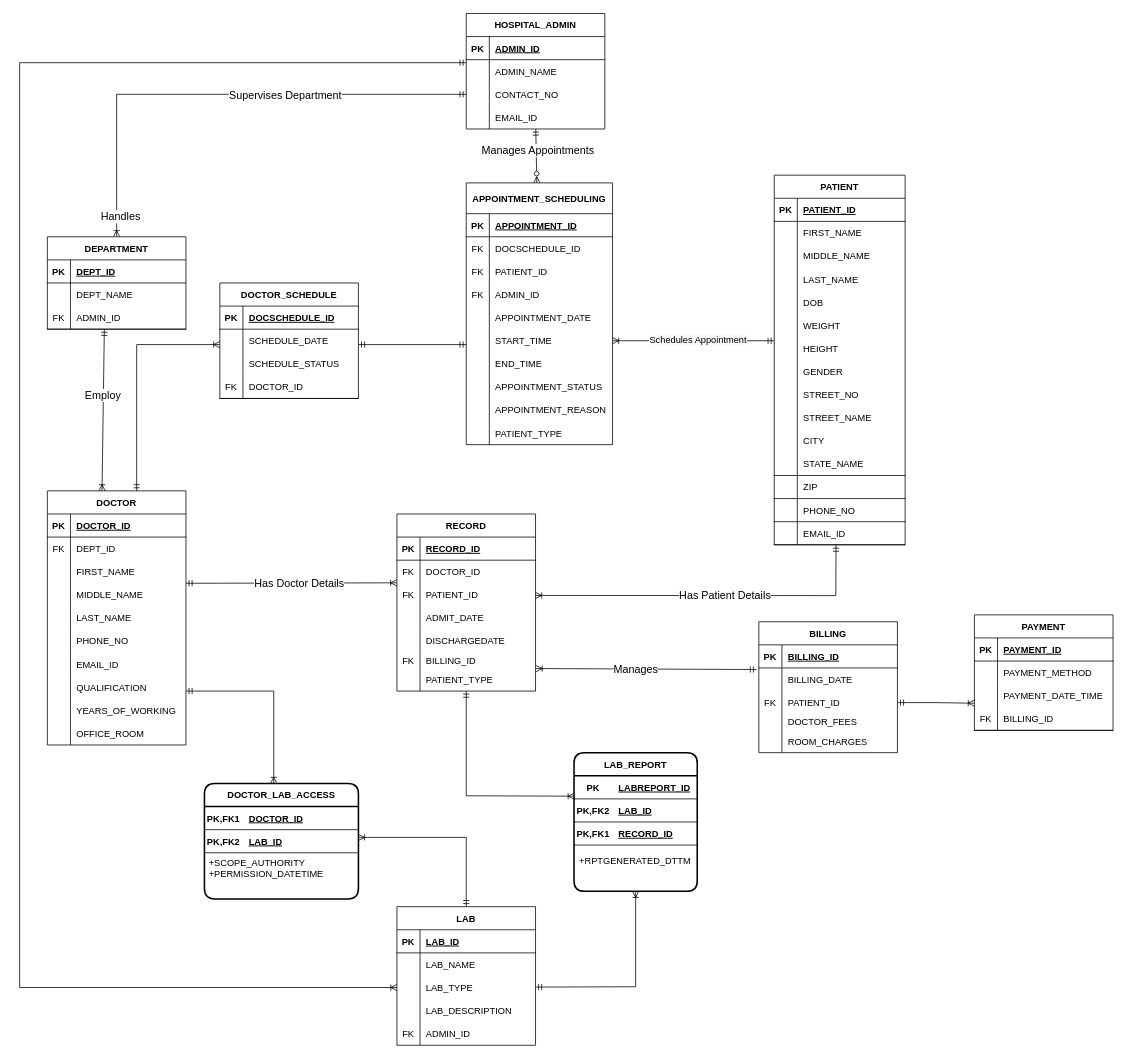
The draw.io diagram Untitled Diagram.drawio in KashyapKompella/DAMG6210_HospitalManagementDatabase, before the edit. Source tidied: cells renumbered, new cells numbered last; positions are measured from the earlier drawing's top-left corner, leaving out a move shared by most shapes. Both pictures are drawn from the tidied source at 77%, with x=0, y=0 at pixel (19, 13).
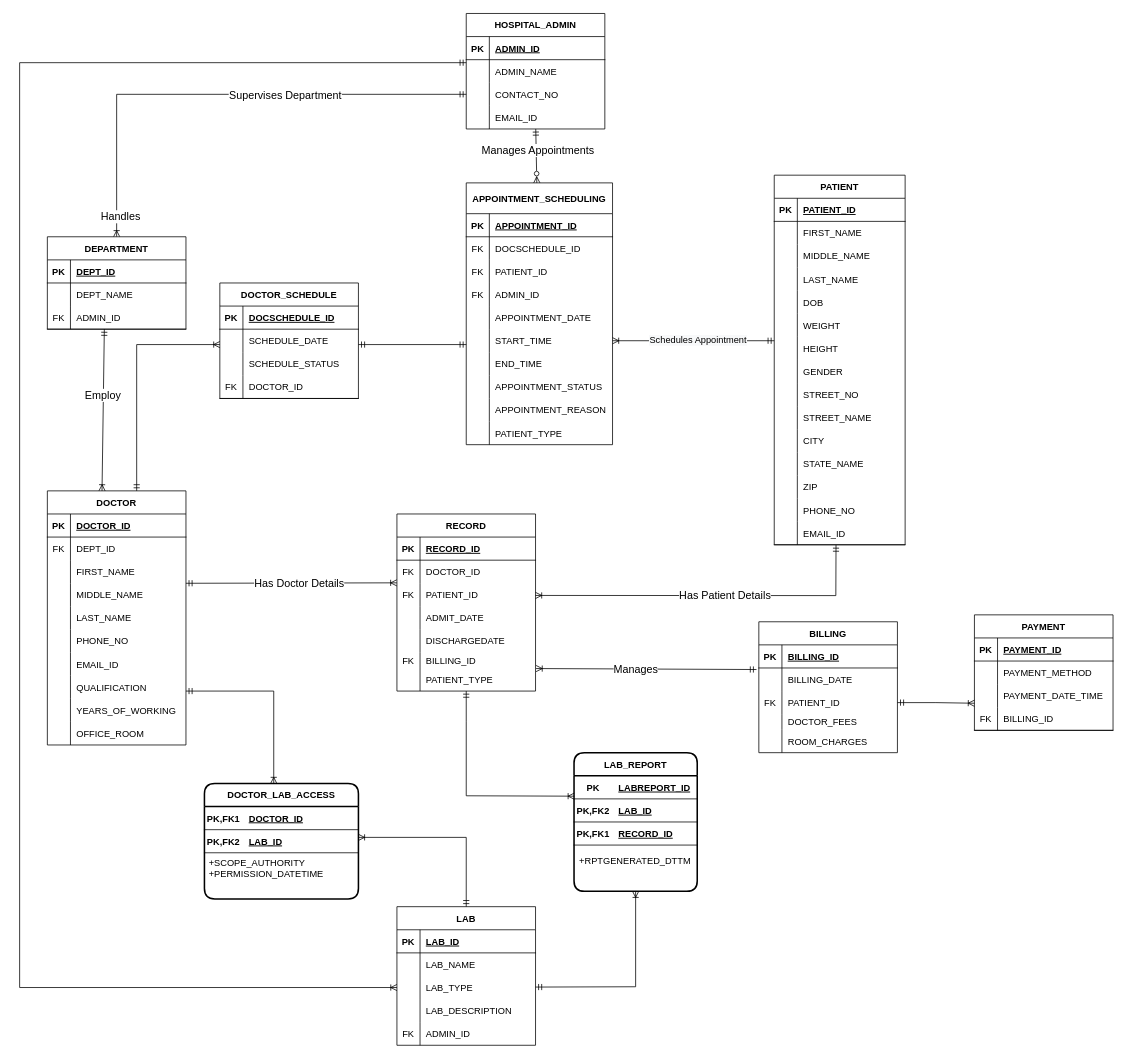
After the change.

Unchanged cells that the change refers to:
```xml
<mxCell id="117" value="PATIENT" style="shape=table;startSize=30;childLayout=tableLayout;rowLines=0;fontStyle=1;align=center;fontSize=12;" parent="1" vertex="1">
  <mxGeometry x="980" y="210" width="170" height="480" as="geometry" />
</mxCell>
```

Change to the diagram source:
```diff
@@
-    <mxCell id="151" style="shape=tableRow;horizontal=0;startSize=0;swimlaneHead=0;swimlaneBody=0;fillColor=none;top=0;left=0;right=0;bottom=1;fontSize=12;" parent="117" vertex="1">
+    <mxCell id="151" style="shape=tableRow;horizontal=0;startSize=0;swimlaneHead=0;swimlaneBody=0;fillColor=none;top=0;left=0;right=0;bottom=0;fontSize=12;" parent="117" vertex="1">
       <mxGeometry y="360" width="170" height="30" as="geometry" />
     </mxCell>
@@
-    <mxCell id="154" style="shape=tableRow;horizontal=0;startSize=0;swimlaneHead=0;swimlaneBody=0;fillColor=none;top=0;left=0;right=0;bottom=1;fontSize=12;" parent="117" vertex="1">
+    <mxCell id="154" style="shape=tableRow;horizontal=0;startSize=0;swimlaneHead=0;swimlaneBody=0;fillColor=none;top=0;left=0;right=0;bottom=0;fontSize=12;" parent="117" vertex="1">
       <mxGeometry y="390" width="170" height="30" as="geometry" />
     </mxCell>
@@
-    <mxCell id="157" style="shape=tableRow;horizontal=0;startSize=0;swimlaneHead=0;swimlaneBody=0;fillColor=none;top=0;left=0;right=0;bottom=1;fontSize=12;" parent="117" vertex="1">
+    <mxCell id="157" style="shape=tableRow;horizontal=0;startSize=0;swimlaneHead=0;swimlaneBody=0;fillColor=none;top=0;left=0;right=0;bottom=0;fontSize=12;" parent="117" vertex="1">
       <mxGeometry y="420" width="170" height="30" as="geometry" />
     </mxCell>
```
